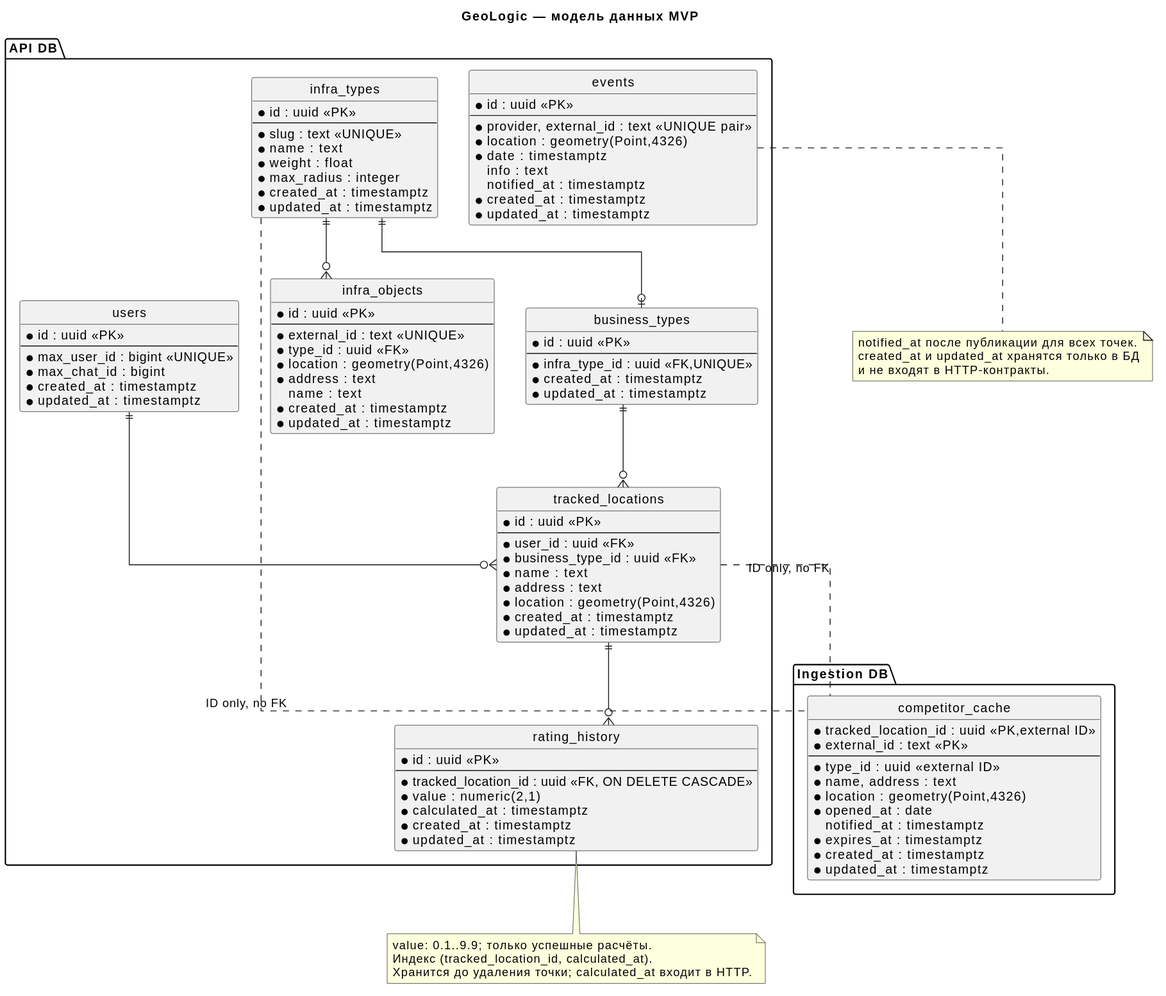
This is docs/diagrams/rendered/er-model.svg from kotafan1rich/GeoLogic-Monitor, a PlantUML export, as it was before one commit.
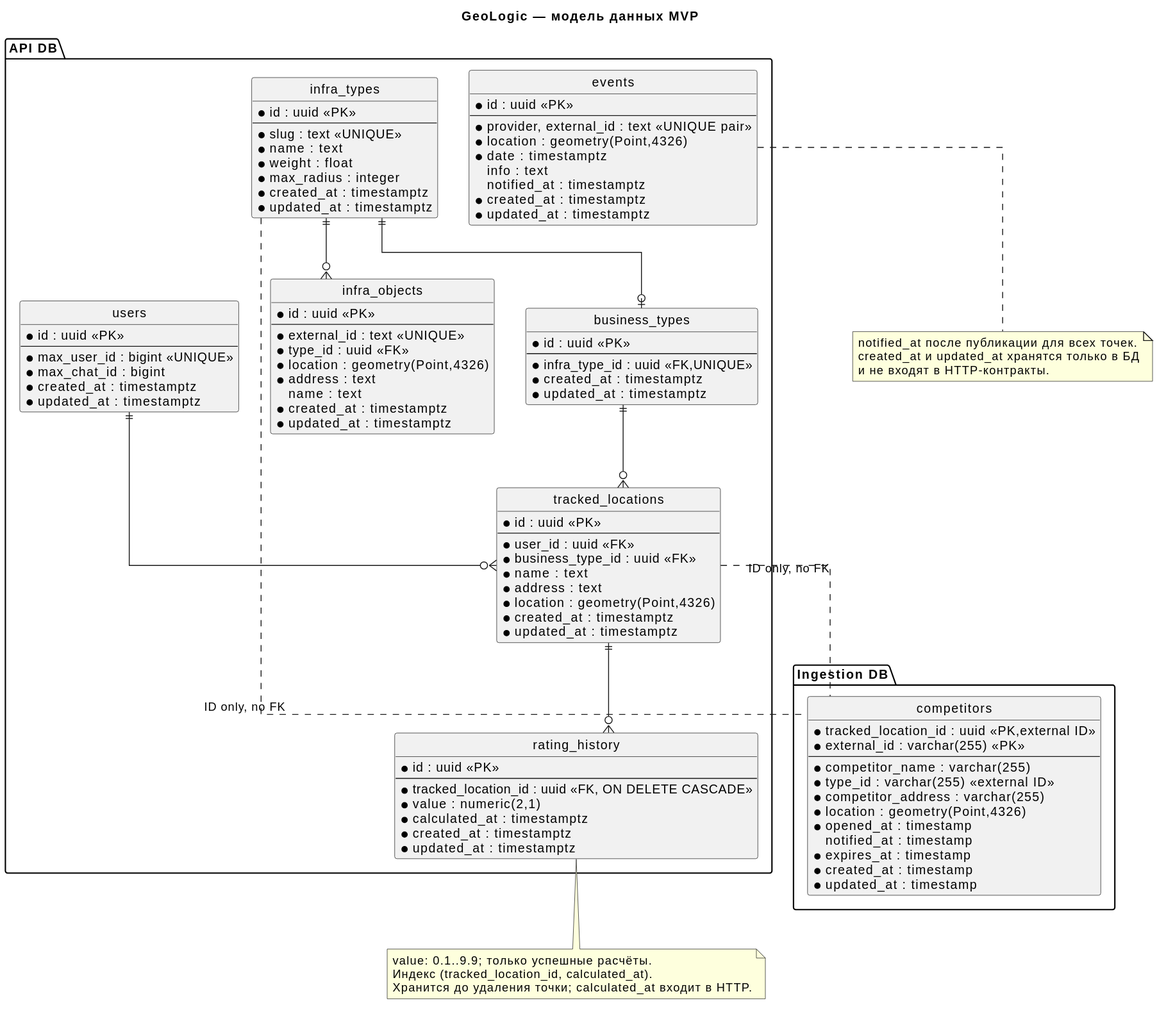
The same file after the commit.

Diff of the diagram source:
```diff
@@ -72,18 +72,19 @@
 }
 }
 package "Ingestion DB" {
-entity competitor_cache {
+entity competitors {
  * tracked_location_id : uuid <<PK,external ID>>
- * external_id : text <<PK>>
+ * external_id : varchar(255) <<PK>>
  --
- * type_id : uuid <<external ID>>
- * name, address : text
+ * competitor_name : varchar(255)
+ * type_id : varchar(255) <<external ID>>
+ * competitor_address : varchar(255)
  * location : geometry(Point,4326)
- * opened_at : date
- notified_at : timestamptz
- * expires_at : timestamptz
- * created_at : timestamptz
- * updated_at : timestamptz
+ * opened_at : timestamp
+ notified_at : timestamp
+ * expires_at : timestamp
+ * created_at : timestamp
+ * updated_at : timestamp
 }
 }
 users ||--o{ tracked_locations
@@ -96,8 +97,8 @@
 infra_types ||--o{ infra_objects
 infra_types ||--o| business_types
 business_types ||--o{ tracked_locations
-tracked_locations .. competitor_cache : ID only, no FK
-infra_types .. competitor_cache : ID only, no FK
+tracked_locations .. competitors : ID only, no FK
+infra_types .. competitors : ID only, no FK
 note bottom of events
  notified_at после публикации для всех точек.
  created_at и updated_at хранятся только в БД
```
